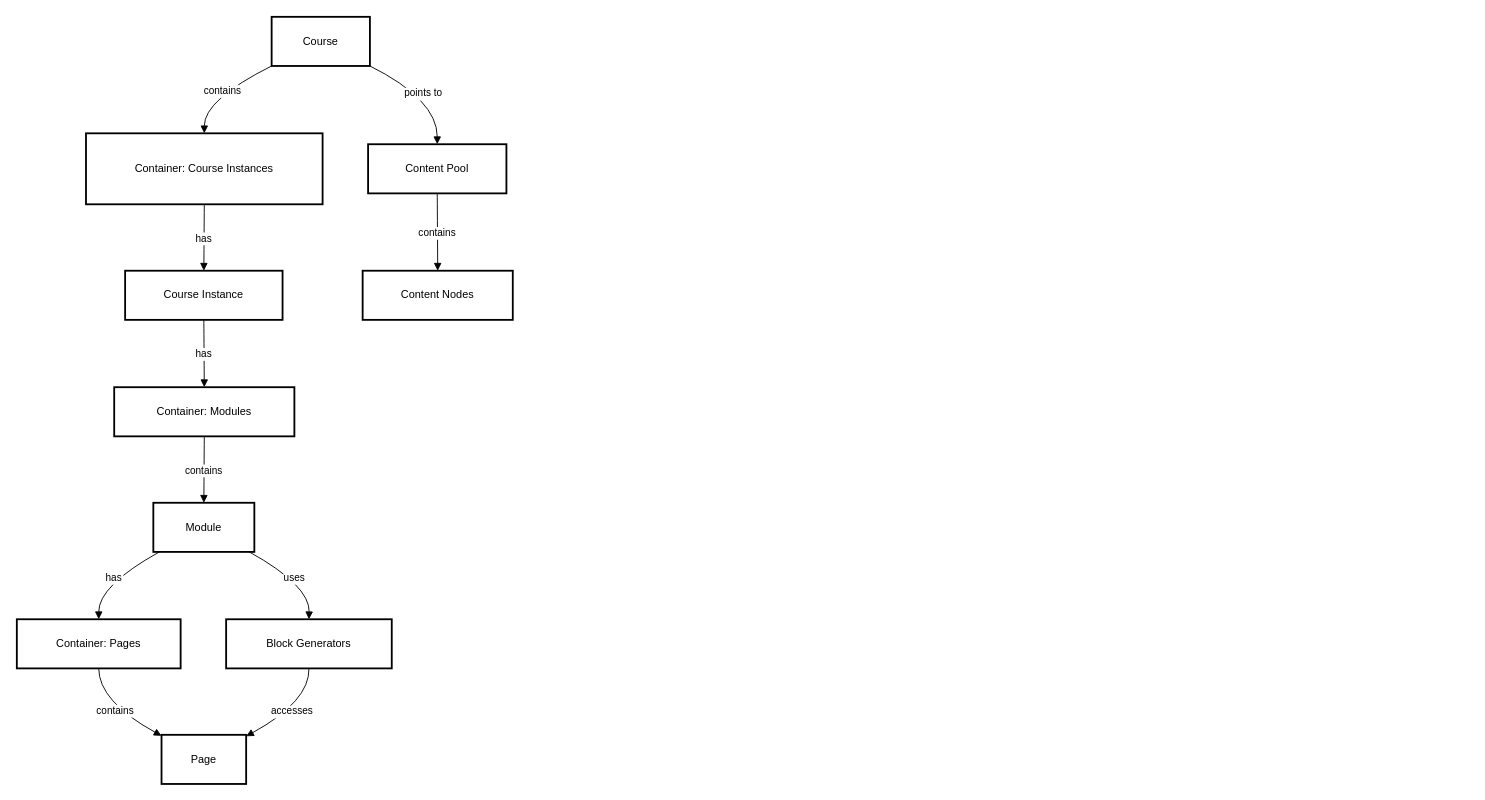
The draw.io diagram public/Untitled Diagram.drawio in Jalez/agentic-content-flow, before the edit. Source tidied: cells renumbered, new cells numbered last; positions are measured from the earlier drawing's top-left corner, leaving out a move shared by most shapes. Both pictures are drawn from the tidied source at 91%, with x=0, y=0 at pixel (16, 16).
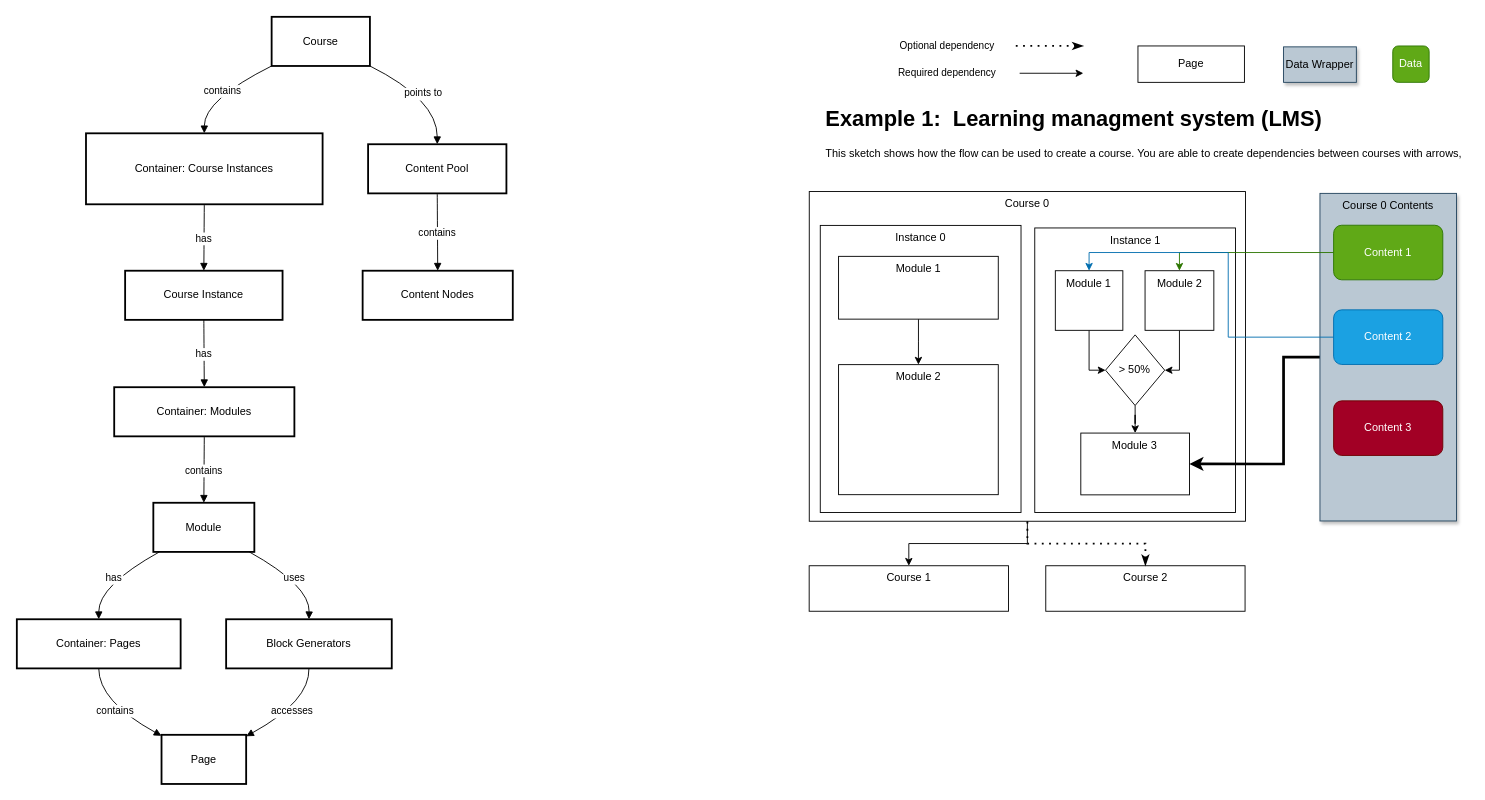
The same diagram, later.

Change to the diagram source:
```diff
@@
+    <mxCell id="22" style="group;verticalAlign=top;" parent="1" vertex="1">
+      <mxGeometry x="822" y="192" width="585" height="470" as="geometry" />
+    </mxCell>
+    <mxCell id="23" style="edgeStyle=orthogonalEdgeStyle;rounded=0;jettySize=auto;html=1;entryX=0.5;entryY=0;entryDx=0;entryDy=0;" parent="22" edge="1" source="24" target="25">
+      <mxGeometry relative="1" as="geometry" />
+    </mxCell>
+    <mxCell id="24" value="Course 0" style="rounded=0;whiteSpace=wrap;html=1;verticalAlign=top;" parent="22" vertex="1">
+      <mxGeometry x="48.8" width="479.4" height="362.3" as="geometry" />
+    </mxCell>
+    <mxCell id="25" value="Course 1" style="rounded=0;whiteSpace=wrap;html=1;verticalAlign=top;" parent="22" vertex="1">
+      <mxGeometry x="48.7" y="411.2" width="219" height="50" as="geometry" />
+    </mxCell>
+    <mxCell id="26" value="Course 2" style="rounded=0;whiteSpace=wrap;html=1;verticalAlign=top;" parent="22" vertex="1">
+      <mxGeometry x="308.7" y="411.2" width="219" height="50" as="geometry" />
+    </mxCell>
+    <mxCell id="27" style="endArrow=none;dashed=1;html=1;dashPattern=1 3;strokeWidth=2;rounded=0;exitX=0.5;exitY=0;exitDx=0;exitDy=0;edgeStyle=orthogonalEdgeStyle;endFill=1;startFill=1;startArrow=classicThin;entryX=0.5;entryY=1;entryDx=0;entryDy=0;" parent="22" edge="1" source="26" target="24">
+      <mxGeometry relative="1" as="geometry" />
+    </mxCell>
+    <mxCell id="28" style="group;" parent="22" vertex="1">
+      <mxGeometry x="296.6" y="40" width="220.6" height="312.7" as="geometry" />
+    </mxCell>
+    <mxCell id="29" value="Instance 1" style="rounded=0;whiteSpace=wrap;html=1;verticalAlign=top;" parent="28" vertex="1">
+      <mxGeometry width="220.6" height="312.7" as="geometry" />
+    </mxCell>
+    <mxCell id="30" style="edgeStyle=orthogonalEdgeStyle;rounded=0;jettySize=auto;html=1;entryX=0;entryY=0.5;entryDx=0;entryDy=0;" parent="28" edge="1" source="31" target="34">
+      <mxGeometry relative="1" as="geometry">
+        <Array as="points">
+          <mxPoint x="60" y="156" />
+          <mxPoint x="78" y="156" />
+        </Array>
+      </mxGeometry>
+    </mxCell>
+    <mxCell id="31" value="Module 1" style="rounded=0;whiteSpace=wrap;html=1;verticalAlign=top;" parent="28" vertex="1">
+      <mxGeometry x="22.6" y="47" width="74.2" height="65.5" as="geometry" />
+    </mxCell>
+    <mxCell id="32" style="edgeStyle=orthogonalEdgeStyle;rounded=0;jettySize=auto;html=1;entryX=1;entryY=0.5;entryDx=0;entryDy=0;" parent="28" edge="1" source="33" target="34">
+      <mxGeometry relative="1" as="geometry">
+        <Array as="points">
+          <mxPoint x="159" y="156" />
+          <mxPoint x="143" y="156" />
+        </Array>
+      </mxGeometry>
+    </mxCell>
+    <mxCell id="33" value="Module 2" style="rounded=0;whiteSpace=wrap;html=1;verticalAlign=top;strokeColor=default;align=center;fontFamily=Helvetica;fontSize=12;fontColor=default;fillColor=default;" parent="28" vertex="1">
+      <mxGeometry x="121.2" y="47" width="75.6" height="65.5" as="geometry" />
+    </mxCell>
+    <mxCell id="34" value="&amp;gt; 50%" style="rhombus;whiteSpace=wrap;html=1;" parent="28" vertex="1">
+      <mxGeometry x="77.8" y="117.5" width="65" height="77.6" as="geometry" />
+    </mxCell>
+    <mxCell id="35" value="Module 3" style="rounded=0;whiteSpace=wrap;html=1;verticalAlign=top;" parent="28" vertex="1">
+      <mxGeometry x="50.6" y="225.4" width="119.4" height="67.9" as="geometry" />
+    </mxCell>
+    <mxCell id="36" style="edgeStyle=orthogonalEdgeStyle;rounded=0;jettySize=auto;html=1;" parent="28" edge="1" source="34" target="35">
+      <mxGeometry relative="1" as="geometry" />
+    </mxCell>
+    <mxCell id="37" style="group;" parent="22" vertex="1">
+      <mxGeometry x="60.9" y="37.2" width="220.6" height="315.5" as="geometry" />
+    </mxCell>
+    <mxCell id="38" value="Instance 0" style="rounded=0;whiteSpace=wrap;html=1;verticalAlign=top;" parent="37" vertex="1">
+      <mxGeometry width="220.6" height="315.5" as="geometry" />
+    </mxCell>
+    <mxCell id="39" style="edgeStyle=orthogonalEdgeStyle;rounded=0;jettySize=auto;html=1;entryX=0.5;entryY=0;entryDx=0;entryDy=0;" parent="37" edge="1" source="40" target="41">
+      <mxGeometry relative="1" as="geometry" />
+    </mxCell>
+    <mxCell id="40" value="Module 1" style="rounded=0;whiteSpace=wrap;html=1;verticalAlign=top;" parent="37" vertex="1">
+      <mxGeometry x="20.1" y="34" width="175.5" height="69" as="geometry" />
+    </mxCell>
+    <mxCell id="41" value="Module 2" style="rounded=0;whiteSpace=wrap;html=1;verticalAlign=top;" parent="37" vertex="1">
+      <mxGeometry x="20.1" y="153" width="175.5" height="142.9" as="geometry" />
+    </mxCell>
+    <mxCell id="42" value="&lt;h1 style=&quot;margin-top: 0px;&quot;&gt;Example 1:&amp;nbsp; Learning managment system (LMS) &lt;br&gt;&lt;/h1&gt;&lt;p&gt;This sketch shows how the flow can be used to create a course. You are able to create dependencies between courses with arrows, &lt;br&gt;&lt;/p&gt;" style="text;html=1;whiteSpace=wrap;overflow=hidden;rounded=0;" parent="1" vertex="1">
+      <mxGeometry x="887" y="92" width="710" height="100" as="geometry" />
+    </mxCell>
+    <mxCell id="43" value="Optional dependency" style="endArrow=none;dashed=1;html=1;dashPattern=1 3;strokeWidth=2;rounded=0;exitX=0.5;exitY=0;exitDx=0;exitDy=0;edgeStyle=orthogonalEdgeStyle;endFill=1;startFill=1;startArrow=classicThin;" parent="1" edge="1">
+      <mxGeometry x="1" y="70" relative="1" as="geometry">
+        <mxPoint x="1172" y="32" as="sourcePoint" />
+        <mxPoint x="1092" y="32" as="targetPoint" />
+        <mxPoint x="-70" y="-70" as="offset" />
+      </mxGeometry>
+    </mxCell>
+    <mxCell id="44" value="Required dependency" style="edgeStyle=orthogonalEdgeStyle;rounded=0;orthogonalLoop=1;jettySize=auto;html=1;" parent="1" edge="1">
+      <mxGeometry x="-1" y="-80" relative="1" as="geometry">
+        <mxPoint x="1102" y="62" as="sourcePoint" />
+        <mxPoint x="1172" y="62" as="targetPoint" />
+        <Array as="points">
+          <mxPoint x="1142" y="62" />
+          <mxPoint x="1142" y="62" />
+        </Array>
+        <mxPoint x="-80" y="-80" as="offset" />
+      </mxGeometry>
+    </mxCell>
+    <mxCell id="45" style="edgeStyle=orthogonalEdgeStyle;rounded=0;jettySize=auto;html=1;entryX=1;entryY=0.5;entryDx=0;entryDy=0;fontSize=18;strokeWidth=3;" parent="1" edge="1" source="46" target="35">
+      <mxGeometry relative="1" as="geometry">
+        <Array as="points">
+          <mxPoint x="1392" y="374" />
+          <mxPoint x="1392" y="491" />
+        </Array>
+      </mxGeometry>
+    </mxCell>
+    <mxCell id="46" value="Course 0 Contents" style="rounded=0;whiteSpace=wrap;html=1;verticalAlign=top;shadow=1;fillColor=light-dark(#BAC8D3,#FFFFFF);strokeColor=#23445d;fontColor=light-dark(#000000,#000000);" parent="1" vertex="1">
+      <mxGeometry x="1432" y="194" width="150" height="360" as="geometry" />
+    </mxCell>
+    <mxCell id="47" style="edgeStyle=orthogonalEdgeStyle;rounded=0;jettySize=auto;html=1;entryX=0.5;entryY=0;entryDx=0;entryDy=0;fillColor=#60a917;strokeColor=#2D7600;" parent="1" edge="1" source="48" target="33">
+      <mxGeometry relative="1" as="geometry" />
+    </mxCell>
+    <mxCell id="48" value="Content 1" style="rounded=1;whiteSpace=wrap;html=1;glass=0;fillColor=#60a917;fontColor=#ffffff;strokeColor=#2D7600;" parent="1" vertex="1">
+      <mxGeometry x="1447" y="229" width="120" height="60" as="geometry" />
+    </mxCell>
+    <mxCell id="49" value="Page" style="rounded=0;whiteSpace=wrap;html=1;" parent="1" vertex="1">
+      <mxGeometry x="1232" y="32" width="117" height="40" as="geometry" />
+    </mxCell>
+    <mxCell id="50" style="edgeStyle=orthogonalEdgeStyle;rounded=0;jettySize=auto;html=1;entryX=0.5;entryY=0;entryDx=0;entryDy=0;fillColor=#1ba1e2;strokeColor=#006EAF;" parent="1" edge="1" source="51" target="31">
+      <mxGeometry relative="1" as="geometry" />
+    </mxCell>
+    <mxCell id="51" value="&lt;div&gt;Content 2&lt;/div&gt;" style="rounded=1;whiteSpace=wrap;html=1;fillColor=#1ba1e2;fontColor=#ffffff;strokeColor=#006EAF;" parent="1" vertex="1">
+      <mxGeometry x="1447" y="322" width="120" height="60" as="geometry" />
+    </mxCell>
+    <mxCell id="52" value="Content 3" style="rounded=1;whiteSpace=wrap;html=1;fillColor=#a20025;fontColor=#ffffff;strokeColor=#6F0000;" parent="1" vertex="1">
+      <mxGeometry x="1447" y="422" width="120" height="60" as="geometry" />
+    </mxCell>
+    <mxCell id="53" value="Data Wrapper" style="rounded=0;whiteSpace=wrap;html=1;verticalAlign=middle;shadow=1;fillColor=light-dark(#BAC8D3,#FFFFFF);strokeColor=#23445d;fontColor=light-dark(#000000,#000000);" parent="1" vertex="1">
+      <mxGeometry x="1392" y="33" width="80" height="39" as="geometry" />
+    </mxCell>
+    <mxCell id="54" value="Data" style="rounded=1;whiteSpace=wrap;html=1;glass=0;fillColor=#60a917;fontColor=#ffffff;strokeColor=#2D7600;" parent="1" vertex="1">
+      <mxGeometry x="1512" y="32" width="40" height="40" as="geometry" />
+    </mxCell>
```
